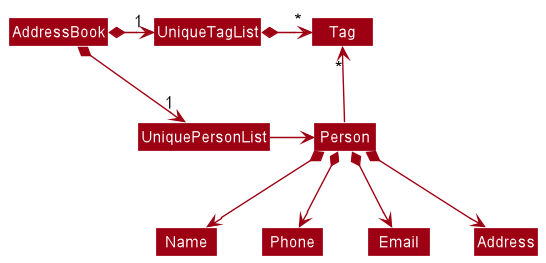
nus-cs2103-AY2223S1/tp keeps this PlantUML diagram as docs/images/BetterModelClassDiagram.png. Above is the earlier version.
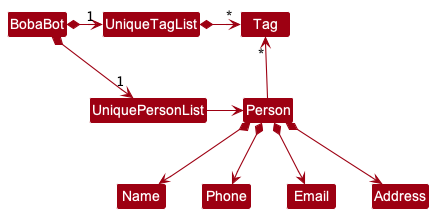
The same diagram one commit later.

What changed in the source:
```diff
@@ -4,8 +4,8 @@
 skinparam arrowColor MODEL_COLOR
 skinparam classBackgroundColor MODEL_COLOR
 
-AddressBook *-right-> "1" UniquePersonList
-AddressBook *-right-> "1" UniqueTagList
+BobaBot *-right-> "1" UniquePersonList
+BobaBot *-right-> "1" UniqueTagList
 UniqueTagList -[hidden]down- UniquePersonList
 UniqueTagList -[hidden]down- UniquePersonList
 
```
